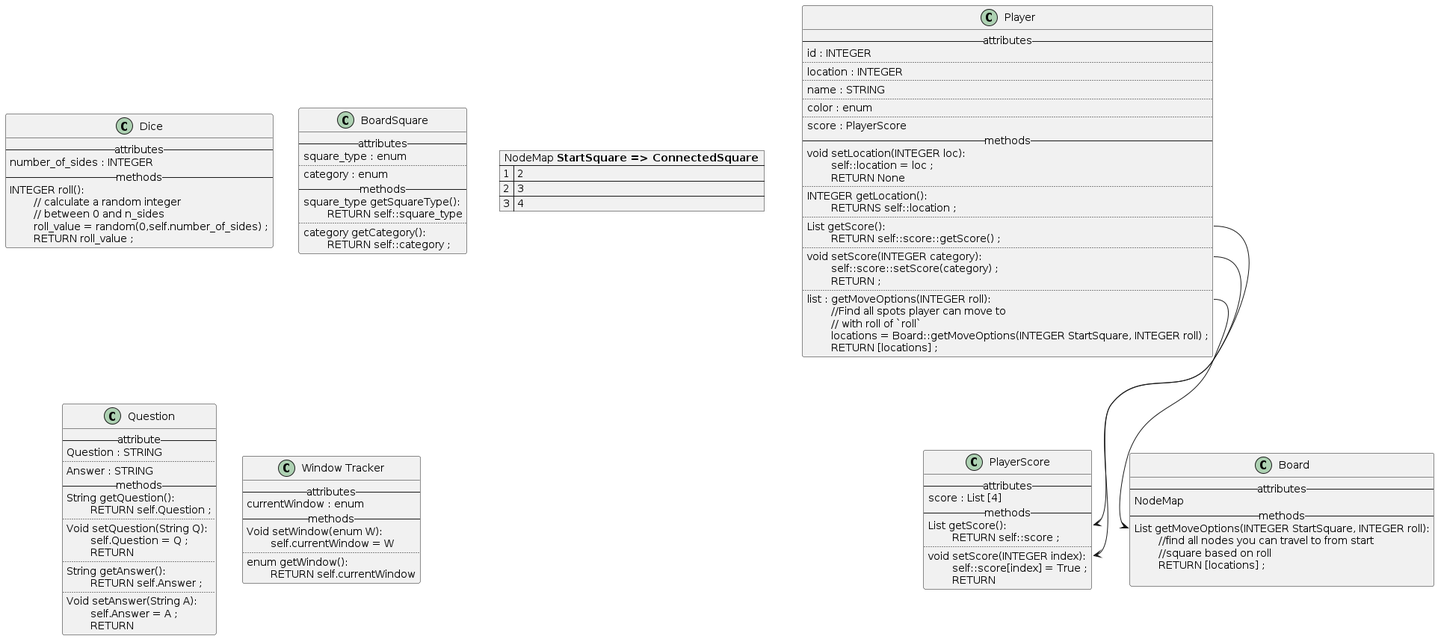
This is Class_Diagrams/server_pseudocode.png from ttimmer2/TrivialCompute, a PlantUML export, as it was before one commit.
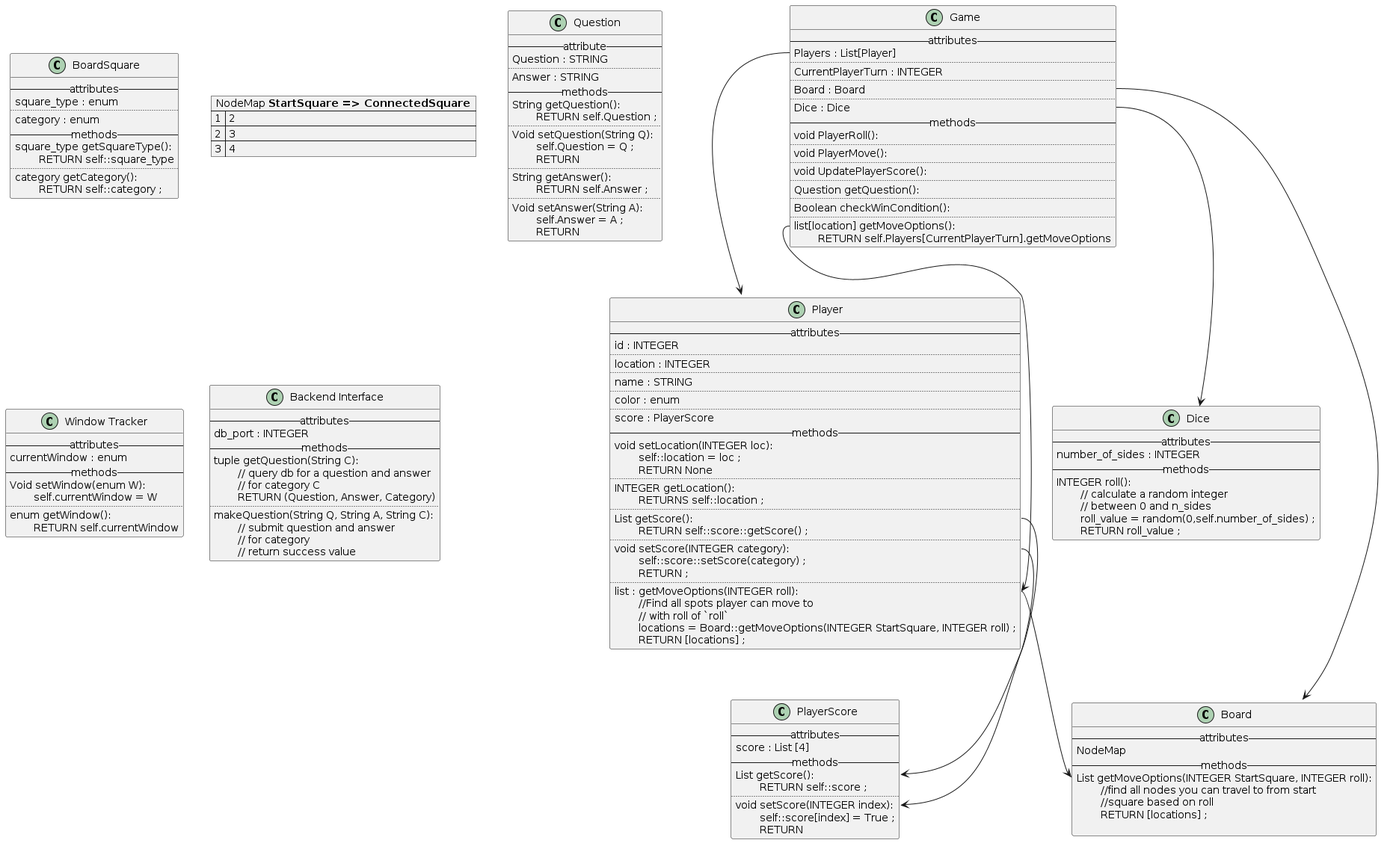
Above is the later version.

Diff of the diagram source:
```diff
@@ -74,6 +74,30 @@
 3 => 4
 }
 
+Class Game{
+  --attributes--
+  Players : List[Player]
+  ..
+  CurrentPlayerTurn : INTEGER
+  ..
+  Board : Board
+  ..
+  Dice : Dice
+  --methods--
+  void PlayerRoll():
+  ..
+  void PlayerMove():
+  ..
+  void UpdatePlayerScore():
+  ..
+  Question getQuestion():
+  ..
+  Boolean checkWinCondition():
+  ..
+  list[location] getMoveOptions():
+  \tRETURN self.Players[CurrentPlayerTurn].getMoveOptions
+}
+
 Class Board{
   --attributes--
   NodeMap
@@ -117,8 +141,27 @@
   \tRETURN self.currentWindow
 }
 
+Class "Backend Interface"{
+    --attributes--
+    db_port : INTEGER
+    --methods--
+    tuple getQuestion(String C):
+    \t// query db for a question and answer
+    \t// for category C
+    \tRETURN (Question, Answer, Category)
+    ..
+    makeQuestion(String Q, String A, String C):
+    \t// submit question and answer
+    \t// for category
+    \t// return success value
+}
+
 Player::getScore --> PlayerScore::getScore
 Player::setScore --> PlayerScore::setScore
 Player::getMoveOptions --> Board::getMoveOptions
+Game::Players --> Player
+Game::Board --> Board
+Game::Dice --> Dice
+Game::getMoveOptions --> Player::getMoveOptions
 
 @enduml
```
